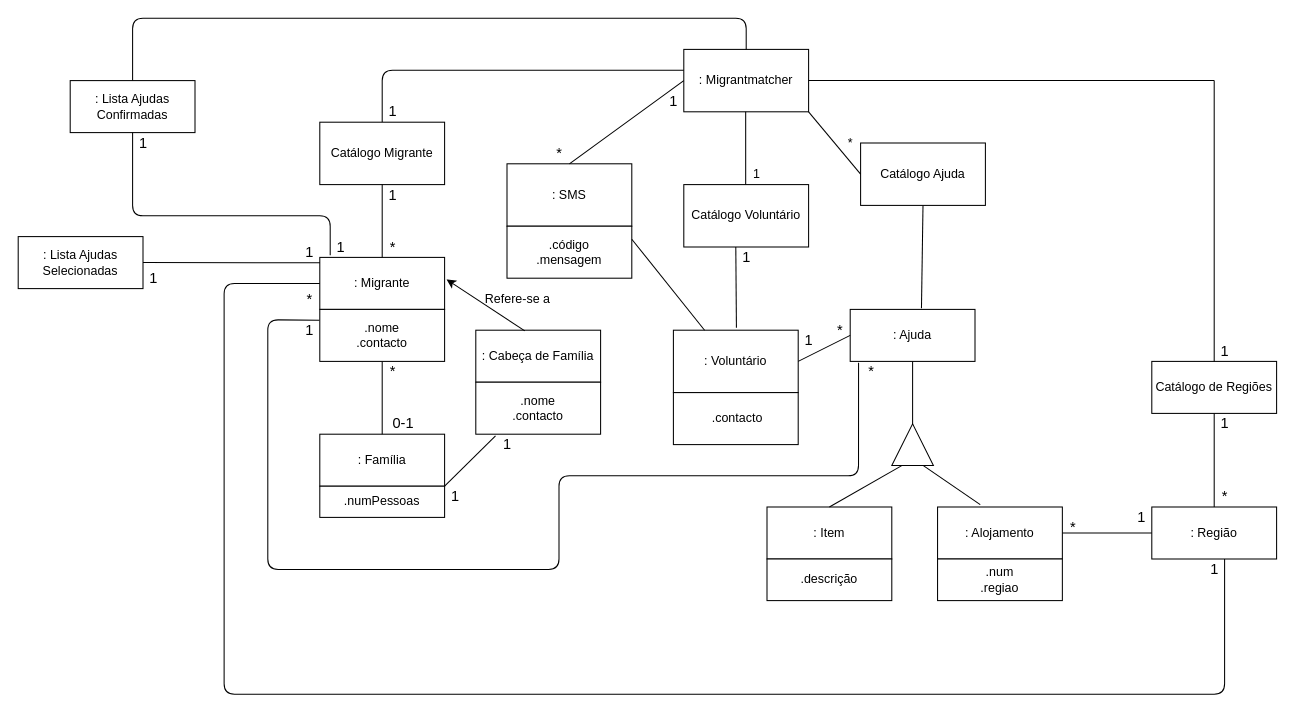
This is MMmodelodominio.drawio from RuiMartins05/DCO, a draw.io file, before an edit. Source tidied: cells renumbered, new cells numbered last; positions are measured from the earlier drawing's top-left corner, leaving out a move shared by most shapes. Both pictures are drawn from the tidied source at 104%, with x=0, y=0 at pixel (18, 18).
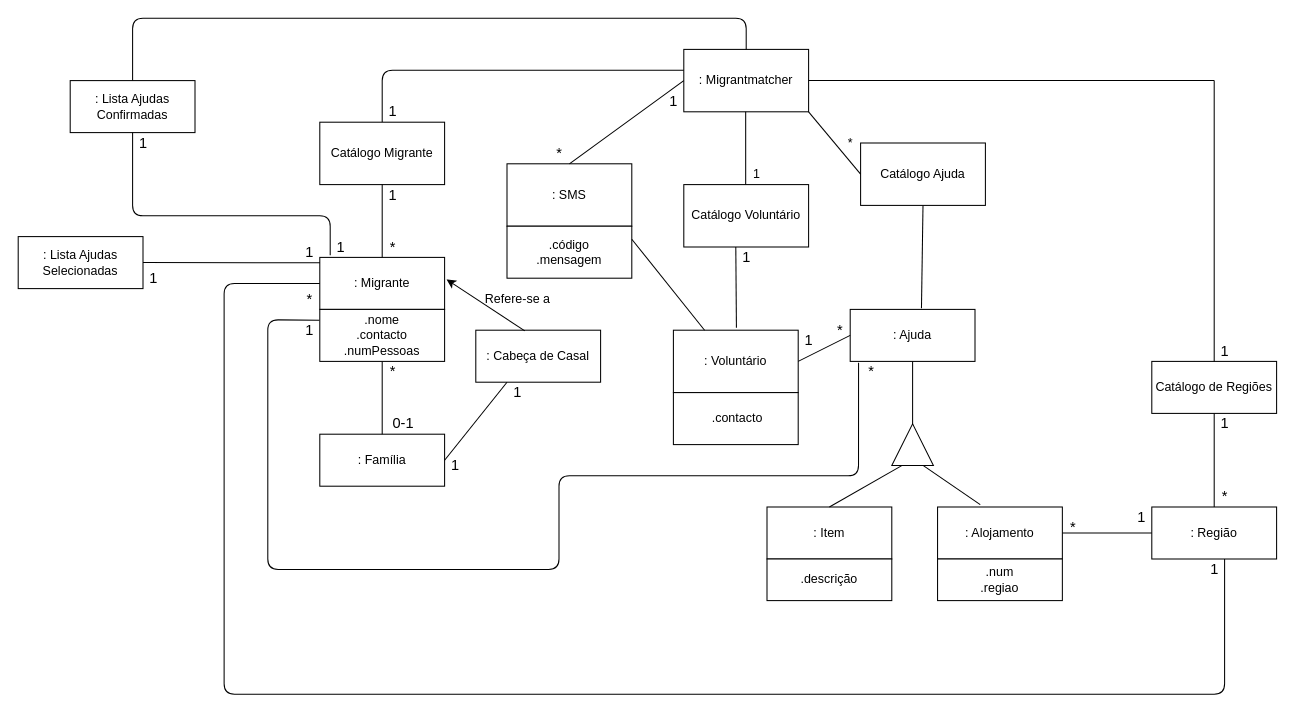
The same page after the edit.

The change refers to these unchanged cells:
```xml
<mxCell id="46" value=": Família" style="whiteSpace=wrap;html=1;" parent="1" vertex="1">
  <mxGeometry x="290" y="400" width="120" height="50" as="geometry" />
</mxCell>
```

The edit, as a diff of the source:
```diff
@@
-    <mxCell id="45" value=".nome&lt;br&gt;.contacto" style="whiteSpace=wrap;html=1;" parent="1" vertex="1">
+    <mxCell id="45" value=".nome&lt;br&gt;.contacto&lt;br&gt;.numPessoas" style="whiteSpace=wrap;html=1;" parent="1" vertex="1">
       <mxGeometry x="290" y="280" width="120" height="50" as="geometry" />
     </mxCell>
@@
-    <mxCell id="48" value=".numPessoas" style="whiteSpace=wrap;html=1;" parent="1" vertex="1">
-      <mxGeometry x="290" y="450" width="120" height="30" as="geometry" />
-    </mxCell>
@@
-    <mxCell id="54" value=": Cabeça de Família" style="whiteSpace=wrap;html=1;" parent="1" vertex="1">
+    <mxCell id="54" value=": Cabeça de Casal" style="whiteSpace=wrap;html=1;" parent="1" vertex="1">
       <mxGeometry x="440" y="300" width="120" height="50" as="geometry" />
     </mxCell>
-    <mxCell id="55" value=".nome&lt;br&gt;.contacto" style="whiteSpace=wrap;html=1;" parent="1" vertex="1">
-      <mxGeometry x="440" y="350" width="120" height="50" as="geometry" />
-    </mxCell>
@@
-    <mxCell id="58" style="endArrow=none;html=1;entryX=0.158;entryY=1.03;entryDx=0;entryDy=0;exitX=1;exitY=0;exitDx=0;exitDy=0;entryPerimeter=0;" parent="1" edge="1" source="48" target="55">
+    <mxCell id="58" style="endArrow=none;html=1;entryX=0.25;entryY=1;entryDx=0;entryDy=0;exitX=1;exitY=0.5;exitDx=0;exitDy=0;" parent="1" edge="1" source="46" target="54">
       <mxGeometry relative="1" as="geometry" />
     </mxCell>
     <mxCell id="59" value="1" style="text;html=1;align=center;verticalAlign=middle;strokeColor=none;fillColor=none;fontSize=14;" parent="1" vertex="1">
-      <mxGeometry x="460" y="400" width="20" height="20" as="geometry" />
+      <mxGeometry x="470" y="350" width="20" height="20" as="geometry" />
     </mxCell>
     <mxCell id="60" value="1" style="text;html=1;align=center;verticalAlign=middle;strokeColor=none;fillColor=none;fontSize=14;" parent="1" vertex="1">
-      <mxGeometry x="410" y="450" width="20" height="20" as="geometry" />
+      <mxGeometry x="410" y="420" width="20" height="20" as="geometry" />
     </mxCell>
```
